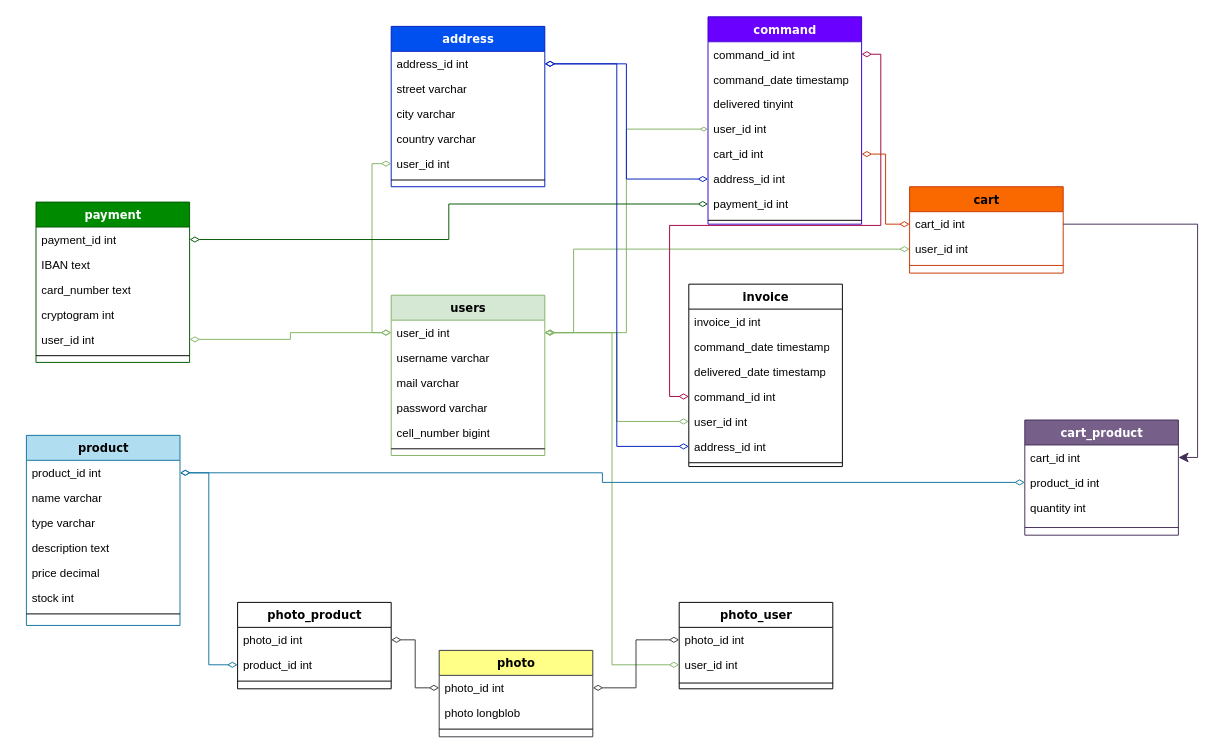
Above: Diagramme sans nom.drawio in MaoenD/SQL (draw.io), before the change. Source tidied: cells renumbered, new cells numbered last; positions are measured from the earlier drawing's top-left corner, leaving out a move shared by most shapes. Both pictures are drawn from the tidied source at 96%, with x=0, y=0 at pixel (26, 16).
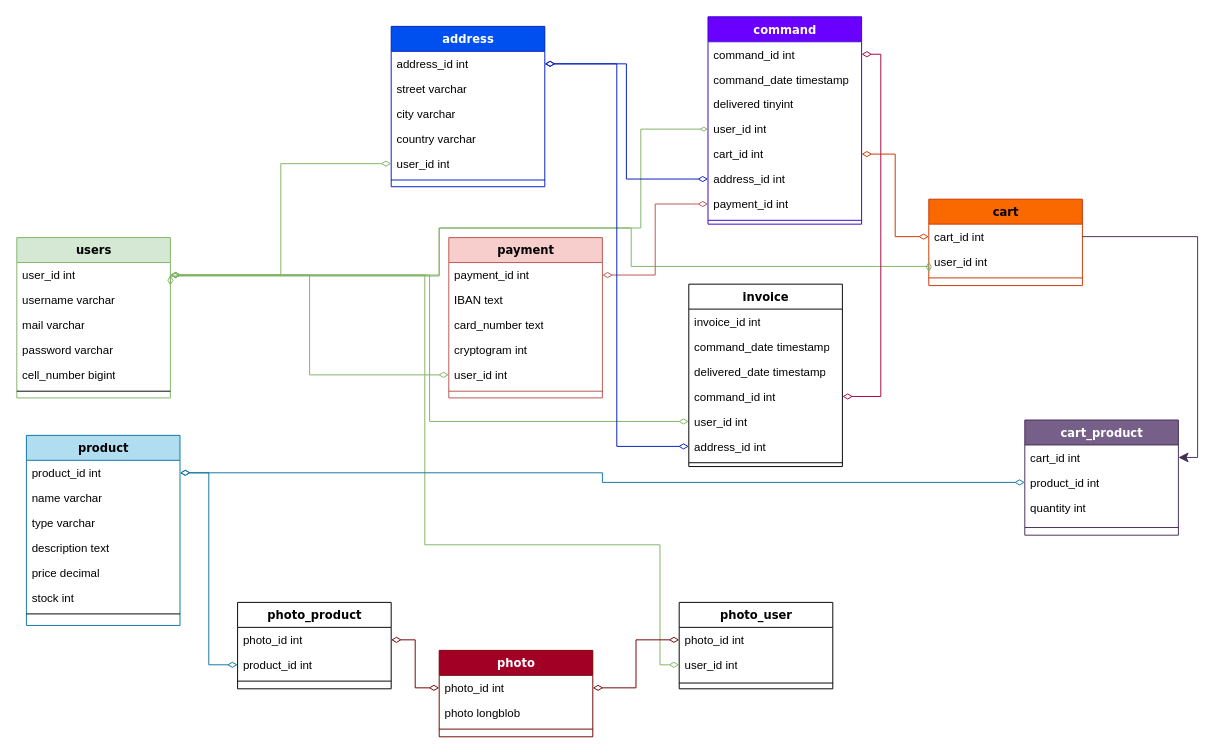
The same diagram, later.

Commit message (it also covers changes not shown here):
Mettre à jour Diagramme sans nom.drawio

The change refers to these unchanged cells:
```xml
<mxCell id="3" value="payment_id int" style="text;html=1;strokeColor=none;fillColor=none;align=left;verticalAlign=top;spacingLeft=4;spacingRight=4;whiteSpace=wrap;overflow=hidden;points=[[0,0.5],[1,0.5]];portConstraint=eastwest;" parent="2" vertex="1">
  <mxGeometry y="26" width="160" height="26" as="geometry" />
</mxCell>
<mxCell id="7" value="user_id int" style="text;html=1;strokeColor=none;fillColor=none;align=left;verticalAlign=top;spacingLeft=4;spacingRight=4;whiteSpace=wrap;overflow=hidden;points=[[0,0.5],[1,0.5]];portConstraint=eastwest;" parent="2" vertex="1">
  <mxGeometry y="130" width="160" height="26" as="geometry" />
</mxCell>
<mxCell id="9" value="address" style="swimlane;html=1;fontStyle=1;align=center;verticalAlign=top;horizontal=1;startSize=26;swimlaneFillColor=#ffffff;rounded=0;shadow=0;comic=0;labelBackgroundColor=none;strokeWidth=1;fillColor=#0050ef;fontFamily=Verdana;fontSize=12;fontColor=#ffffff;strokeColor=#001DBC;" parent="1" vertex="1">
  <mxGeometry x="380" y="10" width="160" height="167" as="geometry" />
</mxCell>
<mxCell id="14" value="user_id int" style="text;html=1;strokeColor=none;fillColor=none;align=left;verticalAlign=top;spacingLeft=4;spacingRight=4;whiteSpace=wrap;overflow=hidden;points=[[0,0.5],[1,0.5]];portConstraint=eastwest;" parent="9" vertex="1">
  <mxGeometry y="130" width="160" height="26" as="geometry" />
</mxCell>
<mxCell id="17" value="user_id int" style="text;html=1;strokeColor=none;fillColor=none;align=left;verticalAlign=top;spacingLeft=4;spacingRight=4;whiteSpace=wrap;overflow=hidden;points=[[0,0.5],[1,0.5]];portConstraint=eastwest;" parent="16" vertex="1">
  <mxGeometry y="26" width="160" height="26" as="geometry" />
</mxCell>
<mxCell id="32" value="photo_id int" style="text;html=1;strokeColor=none;fillColor=none;align=left;verticalAlign=top;spacingLeft=4;spacingRight=4;whiteSpace=wrap;overflow=hidden;points=[[0,0.5],[1,0.5]];portConstraint=eastwest;" parent="31" vertex="1">
  <mxGeometry y="26" width="160" height="26" as="geometry" />
</mxCell>
<mxCell id="37" value="user_id int" style="text;html=1;strokeColor=none;fillColor=none;align=left;verticalAlign=top;spacingLeft=4;spacingRight=4;whiteSpace=wrap;overflow=hidden;points=[[0,0.5],[1,0.5]];portConstraint=eastwest;" parent="35" vertex="1">
  <mxGeometry y="52" width="160" height="26" as="geometry" />
</mxCell>
<mxCell id="40" value="photo_id int" style="text;html=1;strokeColor=none;fillColor=none;align=left;verticalAlign=top;spacingLeft=4;spacingRight=4;whiteSpace=wrap;overflow=hidden;points=[[0,0.5],[1,0.5]];portConstraint=eastwest;" parent="39" vertex="1">
  <mxGeometry y="26" width="160" height="26" as="geometry" />
</mxCell>
<mxCell id="44" value="photo_id int" style="text;html=1;strokeColor=none;fillColor=none;align=left;verticalAlign=top;spacingLeft=4;spacingRight=4;whiteSpace=wrap;overflow=hidden;points=[[0,0.5],[1,0.5]];portConstraint=eastwest;" parent="43" vertex="1">
  <mxGeometry y="26" width="160" height="26" as="geometry" />
</mxCell>
<mxCell id="45" value="user_id int" style="text;html=1;strokeColor=none;fillColor=none;align=left;verticalAlign=top;spacingLeft=4;spacingRight=4;whiteSpace=wrap;overflow=hidden;points=[[0,0.5],[1,0.5]];portConstraint=eastwest;" parent="43" vertex="1">
  <mxGeometry y="52" width="160" height="26" as="geometry" />
</mxCell>
<mxCell id="52" value="command" style="swimlane;html=1;fontStyle=1;align=center;verticalAlign=top;horizontal=1;startSize=26;swimlaneFillColor=#ffffff;rounded=0;shadow=0;comic=0;labelBackgroundColor=none;strokeWidth=1;fillColor=#6a00ff;fontFamily=Verdana;fontSize=12;fontColor=#ffffff;strokeColor=#3700CC;" parent="1" vertex="1">
  <mxGeometry x="710" width="160" height="216" as="geometry" />
</mxCell>
<mxCell id="53" value="command_id int" style="text;html=1;strokeColor=none;fillColor=none;align=left;verticalAlign=top;spacingLeft=4;spacingRight=4;whiteSpace=wrap;overflow=hidden;points=[[0,0.5],[1,0.5]];portConstraint=eastwest;" parent="52" vertex="1">
  <mxGeometry y="26" width="160" height="26" as="geometry" />
</mxCell>
<mxCell id="56" value="user_id int" style="text;html=1;strokeColor=none;fillColor=none;align=left;verticalAlign=top;spacingLeft=4;spacingRight=4;whiteSpace=wrap;overflow=hidden;points=[[0,0.5],[1,0.5]];portConstraint=eastwest;" parent="52" vertex="1">
  <mxGeometry y="104" width="160" height="26" as="geometry" />
</mxCell>
<mxCell id="59" value="payment_id int" style="text;html=1;strokeColor=none;fillColor=none;align=left;verticalAlign=top;spacingLeft=4;spacingRight=4;whiteSpace=wrap;overflow=hidden;points=[[0,0.5],[1,0.5]];portConstraint=eastwest;" parent="52" vertex="1">
  <mxGeometry y="182" width="160" height="26" as="geometry" />
</mxCell>
<mxCell id="70" value="command_id int" style="text;html=1;strokeColor=none;fillColor=none;align=left;verticalAlign=top;spacingLeft=4;spacingRight=4;whiteSpace=wrap;overflow=hidden;points=[[0,0.5],[1,0.5]];portConstraint=eastwest;" parent="66" vertex="1">
  <mxGeometry y="104" width="160" height="26" as="geometry" />
</mxCell>
```

Change to the diagram source:
```diff
@@
-    <mxCell id="2" value="payment" style="swimlane;html=1;fontStyle=1;align=center;verticalAlign=top;horizontal=1;startSize=26;swimlaneFillColor=#ffffff;rounded=0;shadow=0;comic=0;labelBackgroundColor=none;strokeWidth=1;fillColor=#008a00;fontFamily=Verdana;fontSize=12;fontColor=#ffffff;strokeColor=#005700;" parent="1" vertex="1">
-      <mxGeometry x="10" y="193" width="160" height="167" as="geometry" />
+    <mxCell id="2" value="payment" style="swimlane;html=1;fontStyle=1;align=center;verticalAlign=top;horizontal=1;startSize=26;swimlaneFillColor=#ffffff;rounded=0;shadow=0;comic=0;labelBackgroundColor=none;strokeWidth=1;fillColor=#f8cecc;fontFamily=Verdana;fontSize=12;strokeColor=#b85450;" parent="1" vertex="1">
+      <mxGeometry x="440" y="230" width="160" height="167" as="geometry" />
     </mxCell>
@@
-    <mxCell id="8" style="line;html=1;strokeWidth=1;fillColor=none;align=left;verticalAlign=middle;spacingTop=-1;spacingLeft=3;spacingRight=3;labelPosition=right;" parent="2" vertex="1">
+    <mxCell id="8" style="line;html=1;strokeWidth=1;fillColor=#f8cecc;align=left;verticalAlign=middle;spacingTop=-1;spacingLeft=3;spacingRight=3;labelPosition=right;strokeColor=#b85450;" parent="2" vertex="1">
       <mxGeometry y="156" width="160" height="8" as="geometry" />
     </mxCell>
@@
-    <mxCell id="15" style="line;html=1;strokeWidth=1;fillColor=none;align=left;verticalAlign=middle;spacingTop=-1;spacingLeft=3;spacingRight=3;labelPosition=right;" parent="9" vertex="1">
+    <mxCell id="15" style="line;html=1;strokeWidth=1;fillColor=#0050ef;align=left;verticalAlign=middle;spacingTop=-1;spacingLeft=3;spacingRight=3;labelPosition=right;fontColor=#ffffff;strokeColor=#001DBC;" parent="9" vertex="1">
       <mxGeometry y="156" width="160" height="8" as="geometry" />
     </mxCell>
     <mxCell id="16" value="users" style="swimlane;html=1;fontStyle=1;align=center;verticalAlign=top;horizontal=1;startSize=26;swimlaneFillColor=#ffffff;rounded=0;shadow=0;comic=0;labelBackgroundColor=none;strokeWidth=1;fillColor=#d5e8d4;fontFamily=Verdana;fontSize=12;strokeColor=#82b366;" parent="1" vertex="1">
-      <mxGeometry x="380" y="290" width="160" height="167" as="geometry" />
+      <mxGeometry x="-10" y="230" width="160" height="167" as="geometry" />
     </mxCell>
@@
-    <mxCell id="31" value="photo" style="swimlane;html=1;fontStyle=1;align=center;verticalAlign=top;horizontal=1;startSize=26;swimlaneFillColor=#ffffff;rounded=0;shadow=0;comic=0;labelBackgroundColor=none;strokeWidth=1;fillColor=#ffff88;fontFamily=Verdana;fontSize=12;strokeColor=#36393d;" parent="1" vertex="1">
+    <mxCell id="31" value="photo" style="swimlane;html=1;fontStyle=1;align=center;verticalAlign=top;horizontal=1;startSize=26;swimlaneFillColor=#ffffff;rounded=0;shadow=0;comic=0;labelBackgroundColor=none;strokeWidth=1;fillColor=#a20025;fontFamily=Verdana;fontSize=12;strokeColor=#6F0000;fontColor=#ffffff;" parent="1" vertex="1">
       <mxGeometry x="430" y="660" width="160" height="90" as="geometry" />
     </mxCell>
@@
-    <mxCell id="34" style="line;html=1;strokeWidth=1;fillColor=none;align=left;verticalAlign=middle;spacingTop=-1;spacingLeft=3;spacingRight=3;labelPosition=right;" parent="31" vertex="1">
+    <mxCell id="34" style="line;html=1;strokeWidth=1;fillColor=#a20025;align=left;verticalAlign=middle;spacingTop=-1;spacingLeft=3;spacingRight=3;labelPosition=right;strokeColor=#6F0000;fontColor=#ffffff;" parent="31" vertex="1">
       <mxGeometry y="78" width="160" height="8" as="geometry" />
     </mxCell>
     <mxCell id="35" value="cart" style="swimlane;html=1;fontStyle=1;align=center;verticalAlign=top;horizontal=1;startSize=26;swimlaneFillColor=#ffffff;rounded=0;shadow=0;comic=0;labelBackgroundColor=none;strokeWidth=1;fillColor=#fa6800;fontFamily=Verdana;fontSize=12;fontColor=#000000;strokeColor=#C73500;" parent="1" vertex="1">
-      <mxGeometry x="920" y="177" width="160" height="90" as="geometry" />
+      <mxGeometry x="940" y="190" width="160" height="90" as="geometry" />
     </mxCell>
@@
-    <mxCell id="60" style="line;html=1;strokeWidth=1;fillColor=none;align=left;verticalAlign=middle;spacingTop=-1;spacingLeft=3;spacingRight=3;labelPosition=right;" parent="52" vertex="1">
+    <mxCell id="60" style="line;html=1;strokeWidth=1;fillColor=#6a00ff;align=left;verticalAlign=middle;spacingTop=-1;spacingLeft=3;spacingRight=3;labelPosition=right;fontColor=#ffffff;strokeColor=#3700CC;" parent="52" vertex="1">
       <mxGeometry y="208" width="160" height="8" as="geometry" />
     </mxCell>
-    <mxCell id="61" style="edgeStyle=orthogonalEdgeStyle;rounded=0;jettySize=auto;html=1;exitX=0;exitY=0.5;exitDx=0;exitDy=0;entryX=0;entryY=0.5;entryDx=0;entryDy=0;fontSize=12;startSize=8;endSize=8;fillColor=#d5e8d4;strokeColor=#82b366;startArrow=diamondThin;startFill=0;endArrow=diamondThin;endFill=0;" parent="1" edge="1" source="17" target="14">
+    <mxCell id="61" style="edgeStyle=orthogonalEdgeStyle;rounded=0;jettySize=auto;html=1;exitX=1;exitY=0.5;exitDx=0;exitDy=0;entryX=0;entryY=0.5;entryDx=0;entryDy=0;fontSize=12;startSize=8;endSize=8;fillColor=#d5e8d4;strokeColor=#82b366;startArrow=diamondThin;startFill=0;endArrow=diamondThin;endFill=0;" parent="1" edge="1" source="17" target="14">
       <mxGeometry relative="1" as="geometry" />
     </mxCell>
-    <mxCell id="62" style="edgeStyle=orthogonalEdgeStyle;rounded=0;jettySize=auto;html=1;exitX=0;exitY=0.5;exitDx=0;exitDy=0;entryX=1;entryY=0.5;entryDx=0;entryDy=0;fontSize=12;startSize=8;endSize=8;fillColor=#d5e8d4;strokeColor=#82b366;startArrow=diamondThin;startFill=0;endArrow=diamondThin;endFill=0;" parent="1" edge="1" source="17" target="7">
+    <mxCell id="62" style="edgeStyle=orthogonalEdgeStyle;rounded=0;jettySize=auto;html=1;exitX=1;exitY=0.5;exitDx=0;exitDy=0;entryX=0;entryY=0.5;entryDx=0;entryDy=0;fontSize=12;startSize=8;endSize=8;fillColor=#d5e8d4;strokeColor=#82b366;startArrow=diamondThin;startFill=0;endArrow=diamondThin;endFill=0;" parent="1" edge="1" source="17" target="7">
       <mxGeometry relative="1" as="geometry" />
     </mxCell>
     <mxCell id="63" style="edgeStyle=orthogonalEdgeStyle;rounded=0;jettySize=auto;html=1;exitX=1;exitY=0.5;exitDx=0;exitDy=0;entryX=0;entryY=0.5;entryDx=0;entryDy=0;fontSize=12;startSize=8;endSize=8;fillColor=#d5e8d4;strokeColor=#82b366;startArrow=diamondThin;startFill=0;endArrow=diamondThin;endFill=0;" parent="1" edge="1" source="17" target="37">
       <mxGeometry relative="1" as="geometry">
         <Array as="points">
-          <mxPoint x="570" y="329" />
-          <mxPoint x="570" y="242" />
+          <mxPoint x="150" y="270" />
+          <mxPoint x="430" y="270" />
+          <mxPoint x="430" y="220" />
+          <mxPoint x="630" y="220" />
+          <mxPoint x="630" y="260" />
+          <mxPoint x="940" y="260" />
         </Array>
       </mxGeometry>
     </mxCell>
     <mxCell id="64" style="edgeStyle=orthogonalEdgeStyle;rounded=0;jettySize=auto;html=1;exitX=1;exitY=0.5;exitDx=0;exitDy=0;entryX=0;entryY=0.5;entryDx=0;entryDy=0;fontSize=12;fillColor=#d5e8d4;strokeColor=#82b366;startArrow=diamondThin;startFill=0;endArrow=diamondThin;endFill=0;" parent="1" edge="1" source="17" target="56">
-      <mxGeometry relative="1" as="geometry" />
+      <mxGeometry relative="1" as="geometry">
+        <Array as="points">
+          <mxPoint x="430" y="269" />
+          <mxPoint x="430" y="220" />
+          <mxPoint x="640" y="220" />
+          <mxPoint x="640" y="117" />
+        </Array>
+      </mxGeometry>
     </mxCell>
     <mxCell id="65" style="edgeStyle=orthogonalEdgeStyle;rounded=0;jettySize=auto;html=1;exitX=1;exitY=0.5;exitDx=0;exitDy=0;entryX=0;entryY=0.5;entryDx=0;entryDy=0;fontSize=12;startSize=8;endSize=8;endArrow=diamondThin;endFill=0;startArrow=diamondThin;startFill=0;fillColor=#d5e8d4;strokeColor=#82b366;" parent="1" edge="1" source="17" target="45">
-      <mxGeometry relative="1" as="geometry" />
+      <mxGeometry relative="1" as="geometry">
+        <Array as="points">
+          <mxPoint x="415" y="269" />
+          <mxPoint x="415" y="550" />
+          <mxPoint x="660" y="550" />
+          <mxPoint x="660" y="675" />
+        </Array>
+      </mxGeometry>
     </mxCell>
@@
-    <mxCell id="75" style="edgeStyle=orthogonalEdgeStyle;rounded=0;jettySize=auto;html=1;exitX=0;exitY=0.5;exitDx=0;exitDy=0;entryX=1;entryY=0.5;entryDx=0;entryDy=0;fontSize=12;startSize=8;endSize=8;fillColor=#cdeb8b;strokeColor=#36393d;startArrow=diamondThin;startFill=0;endArrow=diamondThin;endFill=0;" parent="1" edge="1" source="32" target="40">
+    <mxCell id="75" style="edgeStyle=orthogonalEdgeStyle;rounded=0;jettySize=auto;html=1;exitX=0;exitY=0.5;exitDx=0;exitDy=0;entryX=1;entryY=0.5;entryDx=0;entryDy=0;fontSize=12;startSize=8;endSize=8;fillColor=#a20025;strokeColor=#6F0000;startArrow=diamondThin;startFill=0;endArrow=diamondThin;endFill=0;" parent="1" edge="1" source="32" target="40">
       <mxGeometry relative="1" as="geometry" />
     </mxCell>
-    <mxCell id="76" style="edgeStyle=orthogonalEdgeStyle;rounded=0;jettySize=auto;html=1;exitX=1;exitY=0.5;exitDx=0;exitDy=0;entryX=0;entryY=0.5;entryDx=0;entryDy=0;fontSize=12;startSize=8;endSize=8;fillColor=#cdeb8b;strokeColor=#36393d;startArrow=diamondThin;startFill=0;endArrow=diamondThin;endFill=0;" parent="1" edge="1" source="32" target="44">
+    <mxCell id="76" style="edgeStyle=orthogonalEdgeStyle;rounded=0;jettySize=auto;html=1;exitX=1;exitY=0.5;exitDx=0;exitDy=0;entryX=0;entryY=0.5;entryDx=0;entryDy=0;fontSize=12;startSize=8;endSize=8;fillColor=#a20025;strokeColor=#6F0000;startArrow=diamondThin;startFill=0;endArrow=diamondThin;endFill=0;" parent="1" edge="1" source="32" target="44">
       <mxGeometry relative="1" as="geometry" />
     </mxCell>
-    <mxCell id="77" style="edgeStyle=orthogonalEdgeStyle;rounded=0;jettySize=auto;html=1;exitX=1;exitY=0.5;exitDx=0;exitDy=0;entryX=0;entryY=0.5;entryDx=0;entryDy=0;fontSize=12;startSize=8;endSize=8;startArrow=diamondThin;startFill=0;endArrow=diamondThin;endFill=0;fillColor=#d80073;strokeColor=#A50040;" parent="1" edge="1" source="53" target="70">
+    <mxCell id="77" style="edgeStyle=orthogonalEdgeStyle;rounded=0;jettySize=auto;html=1;exitX=1;exitY=0.5;exitDx=0;exitDy=0;entryX=1;entryY=0.5;entryDx=0;entryDy=0;fontSize=12;startSize=8;endSize=8;startArrow=diamondThin;startFill=0;endArrow=diamondThin;endFill=0;fillColor=#d80073;strokeColor=#A50040;" parent="1" edge="1" source="53" target="70">
       <mxGeometry relative="1" as="geometry" />
     </mxCell>
@@
-    <mxCell id="81" style="edgeStyle=orthogonalEdgeStyle;rounded=0;jettySize=auto;html=1;exitX=0;exitY=0.5;exitDx=0;exitDy=0;entryX=1;entryY=0.5;entryDx=0;entryDy=0;fontSize=12;startSize=8;endSize=8;fillColor=#008a00;strokeColor=#005700;startArrow=diamondThin;startFill=0;endArrow=diamondThin;endFill=0;" parent="1" edge="1" source="59" target="3">
+    <mxCell id="81" style="edgeStyle=orthogonalEdgeStyle;rounded=0;jettySize=auto;html=1;exitX=0;exitY=0.5;exitDx=0;exitDy=0;entryX=1;entryY=0.5;entryDx=0;entryDy=0;fontSize=12;startSize=8;endSize=8;fillColor=#f8cecc;strokeColor=#b85450;startArrow=diamondThin;startFill=0;endArrow=diamondThin;endFill=0;" parent="1" edge="1" source="59" target="3">
       <mxGeometry relative="1" as="geometry" />
     </mxCell>
```
